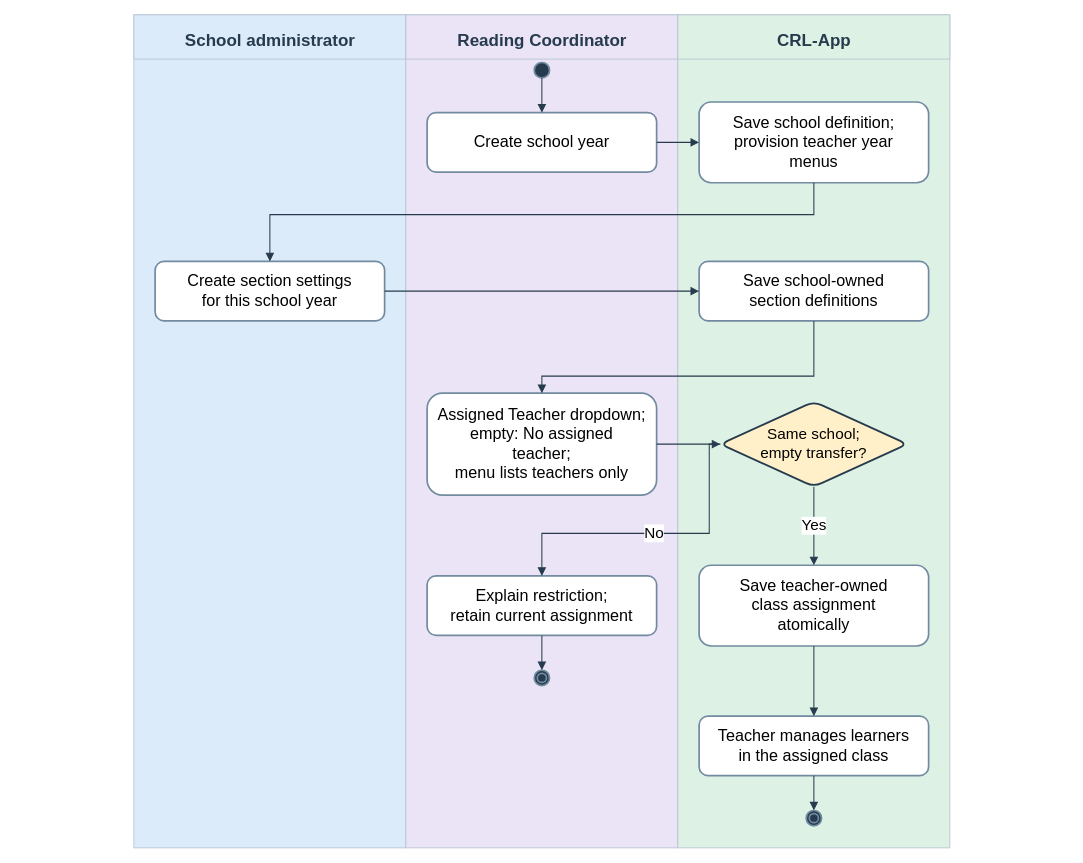
Earlier version of the draw.io diagram docs/diagrams/class-workspaces/figure-15-class-management.drawio (AkuSayangKamuJudaSayang/crl-app). Source tidied: cells renumbered, new cells numbered last; positions are measured from the earlier drawing's top-left corner, leaving out a move shared by most shapes. Both pictures are drawn from the tidied source at 85%, with x=0, y=0 at pixel (14, 14).
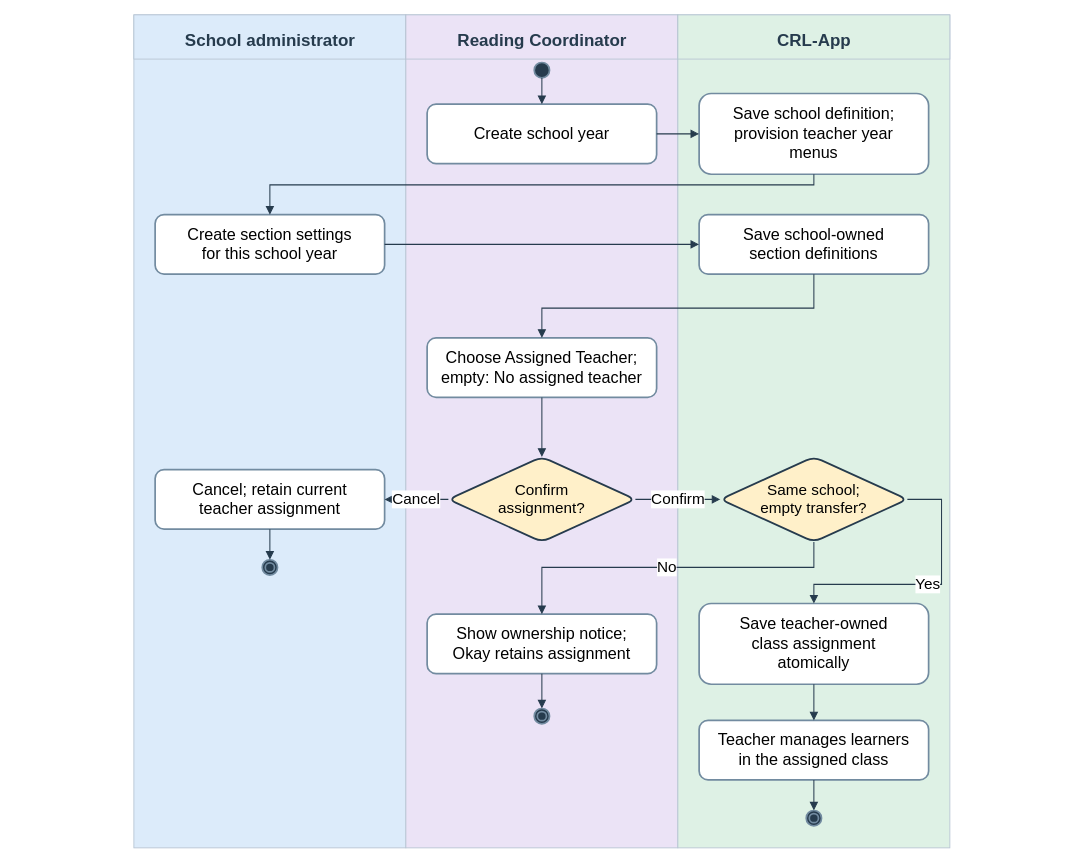
The same page after the edit.

Commit message (it also covers changes not shown here):
CRL-2026-11-07.8 confirm teacher assignments and refine ownership notices

The change refers to these unchanged cells:
```xml
<mxCell id="22" style="rounded=1;whiteSpace=wrap;html=1;fontFamily=Arial;fillColor=#ffffff;strokeColor=#728ba0;strokeWidth=2;fontSize=19;shape=doubleEllipse;fillColor=#263b4d;" parent="1" vertex="1">
  <mxGeometry x="931" y="936" width="18" height="18" as="geometry" />
</mxCell>
```

Diff of the diagram source:
```diff
@@
     <mxCell id="12" value="Create school year" style="rounded=1;whiteSpace=wrap;html=1;fontFamily=Arial;fillColor=#ffffff;strokeColor=#728ba0;strokeWidth=2;fontSize=19;" parent="1" vertex="1">
-      <mxGeometry x="485" y="115" width="270" height="70" as="geometry" />
+      <mxGeometry x="485" y="105" width="270" height="70" as="geometry" />
     </mxCell>
     <mxCell id="13" value="Save school definition;&lt;br&gt;provision teacher year&lt;br&gt;menus" style="rounded=1;whiteSpace=wrap;html=1;fontFamily=Arial;fillColor=#ffffff;strokeColor=#728ba0;strokeWidth=2;fontSize=19;" parent="1" vertex="1">
-      <mxGeometry x="805" y="102.5" width="270" height="95" as="geometry" />
+      <mxGeometry x="805" y="92.5" width="270" height="95" as="geometry" />
     </mxCell>
     <mxCell id="14" value="Create section settings&lt;br&gt;for this school year" style="rounded=1;whiteSpace=wrap;html=1;fontFamily=Arial;fillColor=#ffffff;strokeColor=#728ba0;strokeWidth=2;fontSize=19;" parent="1" vertex="1">
-      <mxGeometry x="165" y="290" width="270" height="70" as="geometry" />
+      <mxGeometry x="165" y="235" width="270" height="70" as="geometry" />
     </mxCell>
     <mxCell id="15" value="Save school-owned&lt;br&gt;section definitions" style="rounded=1;whiteSpace=wrap;html=1;fontFamily=Arial;fillColor=#ffffff;strokeColor=#728ba0;strokeWidth=2;fontSize=19;" parent="1" vertex="1">
-      <mxGeometry x="805" y="290" width="270" height="70" as="geometry" />
+      <mxGeometry x="805" y="235" width="270" height="70" as="geometry" />
     </mxCell>
-    <mxCell id="16" value="Assigned Teacher dropdown;&lt;br&gt;empty: No assigned&lt;br&gt;teacher;&lt;br&gt;menu lists teachers only" style="rounded=1;whiteSpace=wrap;html=1;fontFamily=Arial;fillColor=#ffffff;strokeColor=#728ba0;strokeWidth=2;fontSize=19;" parent="1" vertex="1">
-      <mxGeometry x="485" y="445" width="270" height="120" as="geometry" />
+    <mxCell id="16" value="Choose Assigned Teacher;&lt;br&gt;empty: No assigned teacher" style="rounded=1;whiteSpace=wrap;html=1;fontFamily=Arial;fillColor=#ffffff;strokeColor=#728ba0;strokeWidth=2;fontSize=19;" parent="1" vertex="1">
+      <mxGeometry x="485" y="380" width="270" height="70" as="geometry" />
     </mxCell>
+    <mxCell id="34" value="Confirm&lt;br&gt;assignment?" style="rounded=1;whiteSpace=wrap;html=1;fontFamily=Arial;fillColor=#ffffff;strokeColor=#728ba0;strokeWidth=2;fontSize=19;shape=rhombus;strokeColor=#263b4d;fillColor=#fff0c9;fontSize=18;" parent="1" vertex="1">
+      <mxGeometry x="510" y="520" width="220" height="100" as="geometry" />
+    </mxCell>
+    <mxCell id="35" value="Cancel; retain current&lt;br&gt;teacher assignment" style="rounded=1;whiteSpace=wrap;html=1;fontFamily=Arial;fillColor=#ffffff;strokeColor=#728ba0;strokeWidth=2;fontSize=19;" parent="1" vertex="1">
+      <mxGeometry x="165" y="535" width="270" height="70" as="geometry" />
+    </mxCell>
+    <mxCell id="36" style="rounded=1;whiteSpace=wrap;html=1;fontFamily=Arial;fillColor=#ffffff;strokeColor=#728ba0;strokeWidth=2;fontSize=19;shape=doubleEllipse;fillColor=#263b4d;" parent="1" vertex="1">
+      <mxGeometry x="291" y="641" width="18" height="18" as="geometry" />
+    </mxCell>
     <mxCell id="17" value="Same school;&lt;br&gt;empty transfer?" style="rounded=1;whiteSpace=wrap;html=1;fontFamily=Arial;fillColor=#ffffff;strokeColor=#728ba0;strokeWidth=2;fontSize=19;shape=rhombus;strokeColor=#263b4d;fillColor=#fff0c9;fontSize=18;" parent="1" vertex="1">
-      <mxGeometry x="830" y="455" width="220" height="100" as="geometry" />
+      <mxGeometry x="830" y="520" width="220" height="100" as="geometry" />
     </mxCell>
-    <mxCell id="18" value="Explain restriction;&lt;br&gt;retain current assignment" style="rounded=1;whiteSpace=wrap;html=1;fontFamily=Arial;fillColor=#ffffff;strokeColor=#728ba0;strokeWidth=2;fontSize=19;" parent="1" vertex="1">
-      <mxGeometry x="485" y="660" width="270" height="70" as="geometry" />
+    <mxCell id="18" value="Show ownership notice;&lt;br&gt;Okay retains assignment" style="rounded=1;whiteSpace=wrap;html=1;fontFamily=Arial;fillColor=#ffffff;strokeColor=#728ba0;strokeWidth=2;fontSize=19;" parent="1" vertex="1">
+      <mxGeometry x="485" y="705" width="270" height="70" as="geometry" />
     </mxCell>
     <mxCell id="19" style="rounded=1;whiteSpace=wrap;html=1;fontFamily=Arial;fillColor=#ffffff;strokeColor=#728ba0;strokeWidth=2;fontSize=19;shape=doubleEllipse;fillColor=#263b4d;" parent="1" vertex="1">
-      <mxGeometry x="611" y="771" width="18" height="18" as="geometry" />
+      <mxGeometry x="611" y="816" width="18" height="18" as="geometry" />
     </mxCell>
     <mxCell id="20" value="Save teacher-owned&lt;br&gt;class assignment&lt;br&gt;atomically" style="rounded=1;whiteSpace=wrap;html=1;fontFamily=Arial;fillColor=#ffffff;strokeColor=#728ba0;strokeWidth=2;fontSize=19;" parent="1" vertex="1">
-      <mxGeometry x="805" y="647.5" width="270" height="95" as="geometry" />
+      <mxGeometry x="805" y="692.5" width="270" height="95" as="geometry" />
     </mxCell>
     <mxCell id="21" value="Teacher manages learners&lt;br&gt;in the assigned class" style="rounded=1;whiteSpace=wrap;html=1;fontFamily=Arial;fillColor=#ffffff;strokeColor=#728ba0;strokeWidth=2;fontSize=19;" parent="1" vertex="1">
-      <mxGeometry x="805" y="825" width="270" height="70" as="geometry" />
+      <mxGeometry x="805" y="830" width="270" height="70" as="geometry" />
     </mxCell>
@@
     <mxCell id="25" style="edgeStyle=orthogonalEdgeStyle;rounded=0;html=1;endArrow=block;endFill=1;endSize=7;strokeColor=#263b4d;strokeWidth=1.2;exitX=0.5;exitY=1;entryX=0.5;entryY=0;fontSize=18;labelBackgroundColor=#ffffff;" parent="1" edge="1" source="13" target="14">
       <mxGeometry relative="1" as="geometry">
         <Array as="points">
-          <mxPoint x="940" y="235" />
-          <mxPoint x="300" y="235" />
+          <mxPoint x="940" y="200" />
+          <mxPoint x="300" y="200" />
         </Array>
       </mxGeometry>
     </mxCell>
@@
     <mxCell id="27" style="edgeStyle=orthogonalEdgeStyle;rounded=0;html=1;endArrow=block;endFill=1;endSize=7;strokeColor=#263b4d;strokeWidth=1.2;exitX=0.5;exitY=1;entryX=0.5;entryY=0;fontSize=18;labelBackgroundColor=#ffffff;" parent="1" edge="1" source="15" target="16">
       <mxGeometry relative="1" as="geometry">
         <Array as="points">
-          <mxPoint x="940" y="425" />
-          <mxPoint x="620" y="425" />
+          <mxPoint x="940" y="345" />
+          <mxPoint x="620" y="345" />
         </Array>
       </mxGeometry>
     </mxCell>
-    <mxCell id="28" style="edgeStyle=orthogonalEdgeStyle;rounded=0;html=1;endArrow=block;endFill=1;endSize=7;strokeColor=#263b4d;strokeWidth=1.2;exitX=1;exitY=0.5;entryX=0;entryY=0.5;fontSize=18;labelBackgroundColor=#ffffff;" parent="1" edge="1" source="16" target="17">
+    <mxCell id="28" style="edgeStyle=orthogonalEdgeStyle;rounded=0;html=1;endArrow=block;endFill=1;endSize=7;strokeColor=#263b4d;strokeWidth=1.2;exitX=0.5;exitY=1;entryX=0.5;entryY=0;fontSize=18;labelBackgroundColor=#ffffff;" parent="1" edge="1" source="16" target="34">
       <mxGeometry relative="1" as="geometry" />
     </mxCell>
-    <mxCell id="29" value="No" style="edgeStyle=orthogonalEdgeStyle;rounded=0;html=1;endArrow=block;endFill=1;endSize=7;strokeColor=#263b4d;strokeWidth=1.2;exitX=0;exitY=0.5;entryX=0.5;entryY=0;fontSize=18;labelBackgroundColor=#ffffff;" parent="1" edge="1" source="17" target="18">
-      <mxGeometry relative="1" as="geometry">
-        <Array as="points">
-          <mxPoint x="816.9" y="505" />
-          <mxPoint x="816.9" y="610" />
-          <mxPoint x="620" y="610" />
-        </Array>
-      </mxGeometry>
+    <mxCell id="29" value="Cancel" style="edgeStyle=orthogonalEdgeStyle;rounded=0;html=1;endArrow=block;endFill=1;endSize=7;strokeColor=#263b4d;strokeWidth=1.2;exitX=0;exitY=0.5;entryX=1;entryY=0.5;fontSize=18;labelBackgroundColor=#ffffff;" parent="1" edge="1" source="34" target="35">
+      <mxGeometry relative="1" as="geometry" />
     </mxCell>
-    <mxCell id="30" style="edgeStyle=orthogonalEdgeStyle;rounded=0;html=1;endArrow=block;endFill=1;endSize=7;strokeColor=#263b4d;strokeWidth=1.2;exitX=0.5;exitY=1;entryX=0.5;entryY=0;fontSize=18;labelBackgroundColor=#ffffff;" parent="1" edge="1" source="18" target="19">
+    <mxCell id="30" style="edgeStyle=orthogonalEdgeStyle;rounded=0;html=1;endArrow=block;endFill=1;endSize=7;strokeColor=#263b4d;strokeWidth=1.2;exitX=0.5;exitY=1;entryX=0.5;entryY=0;fontSize=18;labelBackgroundColor=#ffffff;" parent="1" edge="1" source="35" target="36">
       <mxGeometry relative="1" as="geometry" />
     </mxCell>
-    <mxCell id="31" value="Yes" style="edgeStyle=orthogonalEdgeStyle;rounded=0;html=1;endArrow=block;endFill=1;endSize=7;strokeColor=#263b4d;strokeWidth=1.2;exitX=0.5;exitY=1;entryX=0.5;entryY=0;fontSize=18;labelBackgroundColor=#ffffff;" parent="1" edge="1" source="17" target="20">
+    <mxCell id="31" value="Confirm" style="edgeStyle=orthogonalEdgeStyle;rounded=0;html=1;endArrow=block;endFill=1;endSize=7;strokeColor=#263b4d;strokeWidth=1.2;exitX=1;exitY=0.5;entryX=0;entryY=0.5;fontSize=18;labelBackgroundColor=#ffffff;" parent="1" edge="1" source="34" target="17">
       <mxGeometry relative="1" as="geometry" />
     </mxCell>
-    <mxCell id="32" style="edgeStyle=orthogonalEdgeStyle;rounded=0;html=1;endArrow=block;endFill=1;endSize=7;strokeColor=#263b4d;strokeWidth=1.2;exitX=0.5;exitY=1;entryX=0.5;entryY=0;fontSize=18;labelBackgroundColor=#ffffff;" parent="1" edge="1" source="20" target="21">
-      <mxGeometry relative="1" as="geometry" />
+    <mxCell id="32" value="No" style="edgeStyle=orthogonalEdgeStyle;rounded=0;html=1;endArrow=block;endFill=1;endSize=7;strokeColor=#263b4d;strokeWidth=1.2;exitX=0.5;exitY=1;entryX=0.5;entryY=0;fontSize=18;labelBackgroundColor=#ffffff;" parent="1" edge="1" source="17" target="18">
+      <mxGeometry relative="1" as="geometry">
+        <Array as="points">
+          <mxPoint x="940" y="650" />
+          <mxPoint x="620" y="650" />
+        </Array>
+      </mxGeometry>
     </mxCell>
-    <mxCell id="33" style="edgeStyle=orthogonalEdgeStyle;rounded=0;html=1;endArrow=block;endFill=1;endSize=7;strokeColor=#263b4d;strokeWidth=1.2;exitX=0.5;exitY=1;entryX=0.5;entryY=0;fontSize=18;labelBackgroundColor=#ffffff;" parent="1" edge="1" source="21" target="22">
+    <mxCell id="33" style="edgeStyle=orthogonalEdgeStyle;rounded=0;html=1;endArrow=block;endFill=1;endSize=7;strokeColor=#263b4d;strokeWidth=1.2;exitX=0.5;exitY=1;entryX=0.5;entryY=0;fontSize=18;labelBackgroundColor=#ffffff;" parent="1" edge="1" source="18" target="19">
       <mxGeometry relative="1" as="geometry" />
     </mxCell>
+    <mxCell id="37" value="Yes" style="edgeStyle=orthogonalEdgeStyle;rounded=0;html=1;endArrow=block;endFill=1;endSize=7;strokeColor=#263b4d;strokeWidth=1.2;exitX=1;exitY=0.5;entryX=0.5;entryY=0;fontSize=18;labelBackgroundColor=#ffffff;" parent="1" edge="1" source="17" target="20">
+      <mxGeometry relative="1" as="geometry">
+        <Array as="points">
+          <mxPoint x="1090.2" y="570" />
+          <mxPoint x="1090.2" y="670" />
+          <mxPoint x="940" y="670" />
+        </Array>
+      </mxGeometry>
+    </mxCell>
+    <mxCell id="38" style="edgeStyle=orthogonalEdgeStyle;rounded=0;html=1;endArrow=block;endFill=1;endSize=7;strokeColor=#263b4d;strokeWidth=1.2;exitX=0.5;exitY=1;entryX=0.5;entryY=0;fontSize=18;labelBackgroundColor=#ffffff;" parent="1" edge="1" source="20" target="21">
+      <mxGeometry relative="1" as="geometry" />
+    </mxCell>
+    <mxCell id="39" style="edgeStyle=orthogonalEdgeStyle;rounded=0;html=1;endArrow=block;endFill=1;endSize=7;strokeColor=#263b4d;strokeWidth=1.2;exitX=0.5;exitY=1;entryX=0.5;entryY=0;fontSize=18;labelBackgroundColor=#ffffff;" parent="1" edge="1" source="21" target="22">
+      <mxGeometry relative="1" as="geometry" />
+    </mxCell>
```
